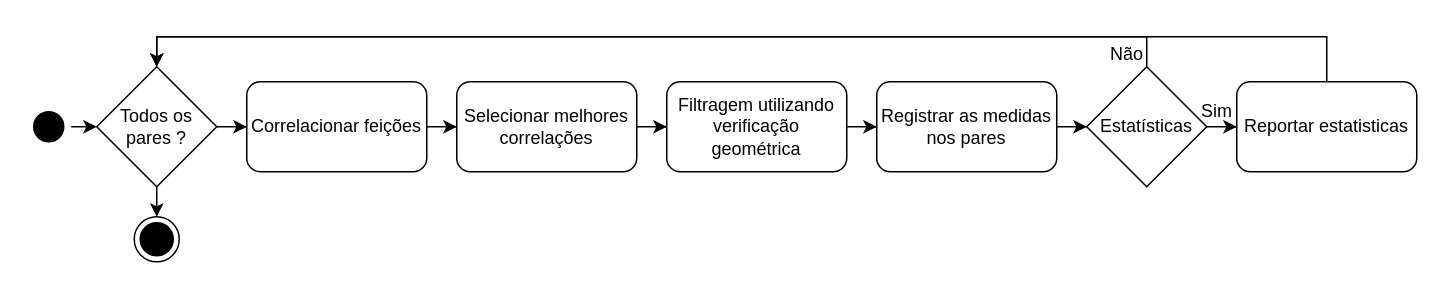
tatorj/Tcc keeps this draw.io diagram as page "Fluxo_Pares" (4 of 6) of Untitled Diagram.drawio. Above is the earlier version. Source tidied: cells renumbered, new cells numbered last; positions are measured from the earlier drawing's top-left corner, leaving out a move shared by most shapes. Both pictures are drawn from the tidied source at 150%, with x=0, y=0 at pixel (26, 32).
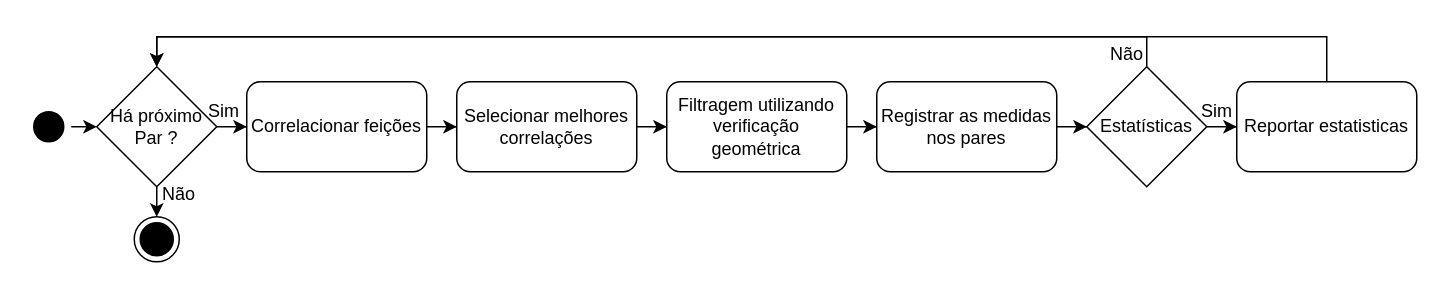
Above is the later version.

Diff of the diagram source:
```diff
@@
-    <mxCell id="4" value="Todos os pares ?" style="rhombus;whiteSpace=wrap;html=1;" parent="1" vertex="1">
+    <mxCell id="4" value="Há próximo Par ?" style="rhombus;whiteSpace=wrap;html=1;" parent="1" vertex="1">
       <mxGeometry x="47" y="23" width="80" height="80" as="geometry" />
     </mxCell>
@@
+    <mxCell id="23" value="Sim" style="text;html=1;strokeColor=none;fillColor=none;align=center;verticalAlign=middle;whiteSpace=wrap;rounded=0;" parent="1" vertex="1">
+      <mxGeometry x="102" y="38" width="60" height="30" as="geometry" />
+    </mxCell>
+    <mxCell id="24" value="Não" style="text;html=1;strokeColor=none;fillColor=none;align=center;verticalAlign=middle;whiteSpace=wrap;rounded=0;" parent="1" vertex="1">
+      <mxGeometry x="72" y="93" width="60" height="30" as="geometry" />
+    </mxCell>
```
